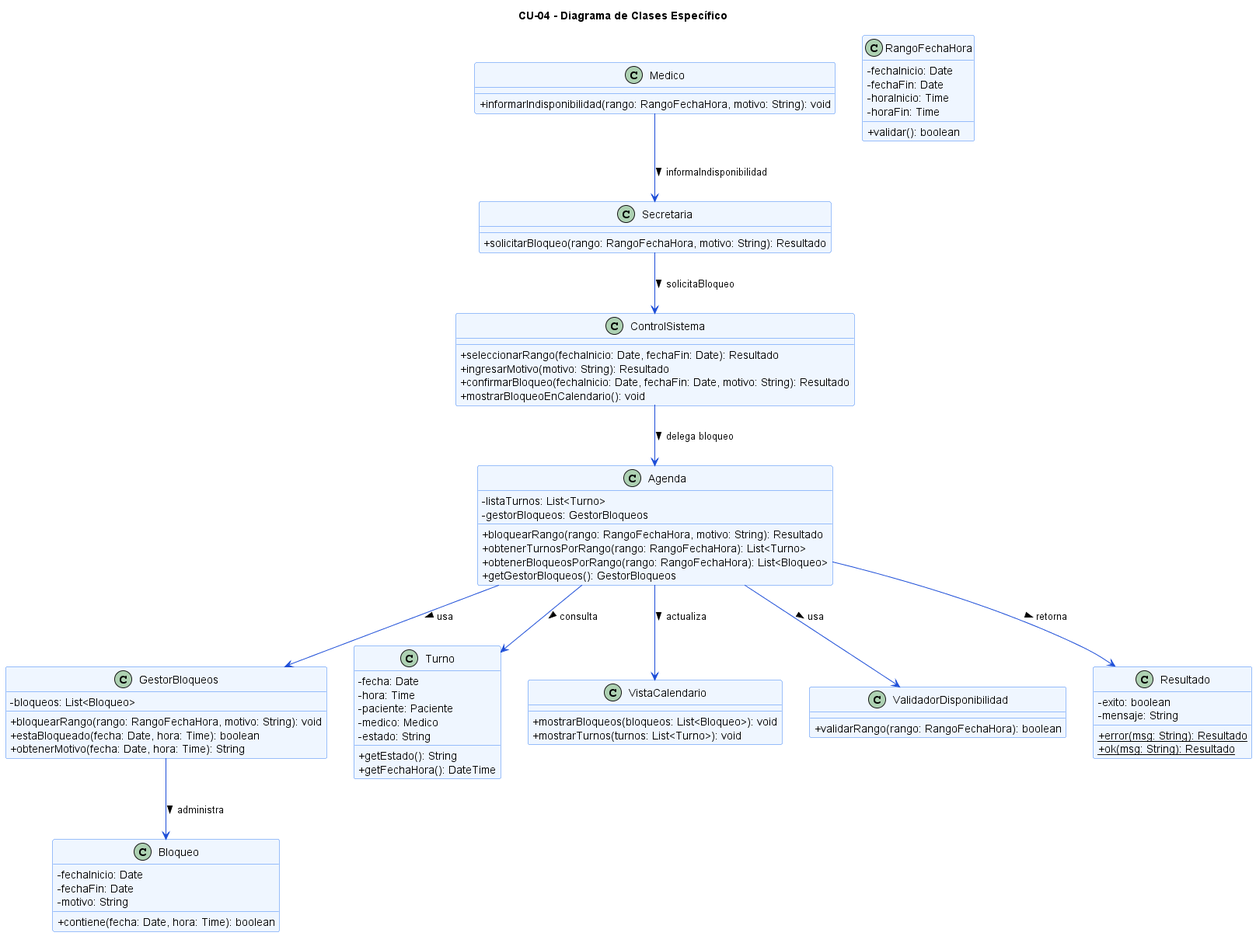
The PlantUML diagram diagramas/01-diagrama-clases/04-clases-bloquear-horarios.png in angelgc9107-lgtm/SistemaTurnosMedicos_GP6, before a commit.
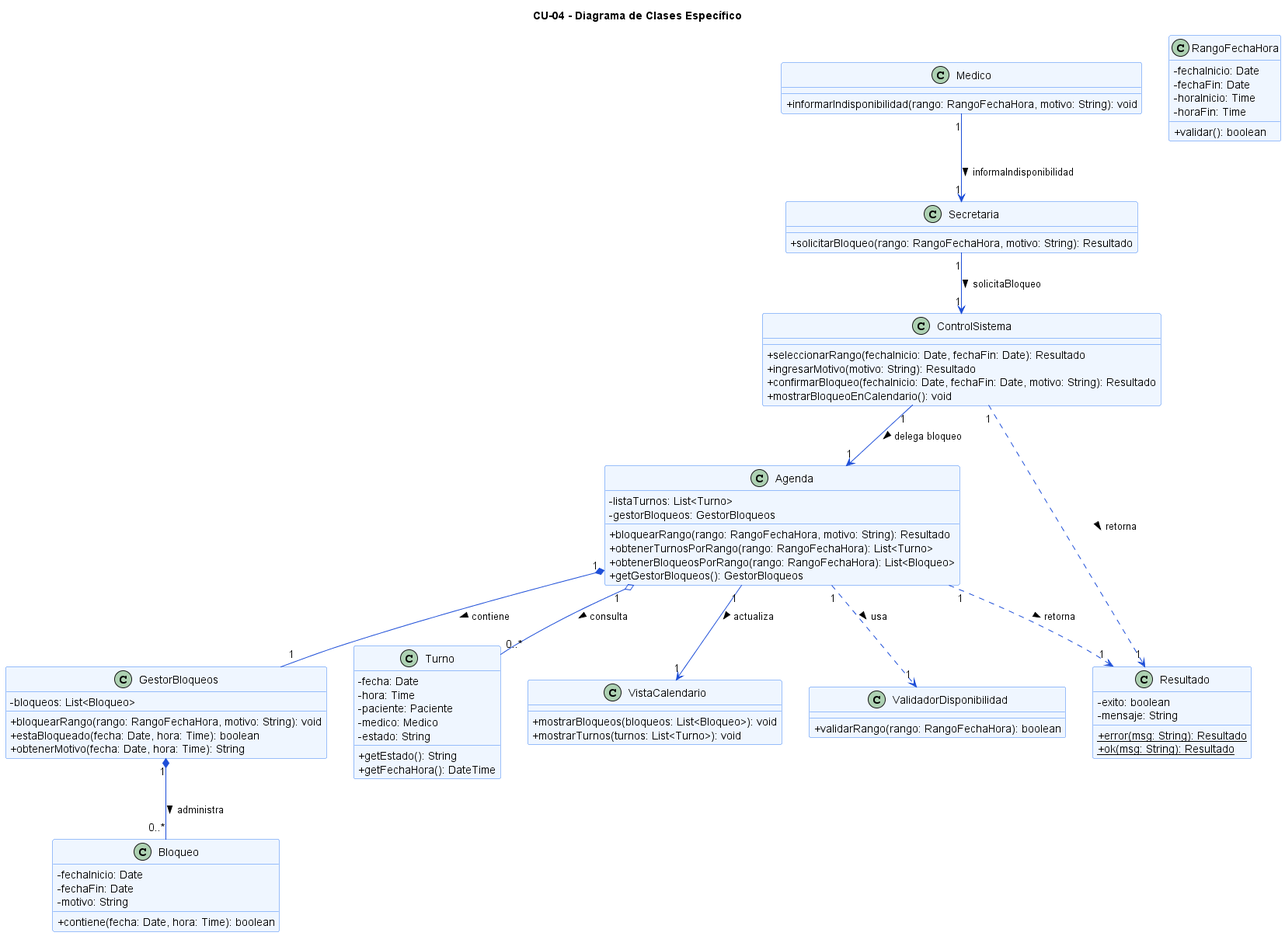
The same file after the commit.

Commit message:
Corrección de diagramas de clases

What changed in the source:
```diff
@@ -69,13 +69,6 @@
     + mostrarBloqueoEnCalendario(): void
 }
 
-Secretaria --> ControlSistema : solicitaBloqueo >
-ControlSistema --> Agenda : delega bloqueo >
-Medico --> Secretaria : informaIndisponibilidad >
-Agenda --> GestorBloqueos : usa >
-Agenda --> Turno : consulta >
-Agenda --> VistaCalendario : actualiza >
-GestorBloqueos --> Bloqueo : administra >
 class ValidadorDisponibilidad {
     + validarRango(rango: RangoFechaHora): boolean
 }
@@ -87,6 +80,19 @@
     + {static} ok(msg: String): Resultado
 }
 
-Agenda --> ValidadorDisponibilidad : usa >
-Agenda --> Resultado : retorna >
+Medico "1" --> "1" Secretaria : informaIndisponibilidad >
+Secretaria "1" --> "1" ControlSistema : solicitaBloqueo >
+ControlSistema "1" --> "1" Agenda : delega bloqueo >
+Agenda "1" --> "1" VistaCalendario : actualiza >
+
+Agenda "1" *-- "1" GestorBloqueos : contiene >
+
+Agenda "1" o-- "0..*" Turno : consulta >
+
+GestorBloqueos "1" *-- "0..*" Bloqueo : administra >
+
+Agenda "1" ..> "1" ValidadorDisponibilidad : usa >
+Agenda "1" ..> "1" Resultado : retorna >
+ControlSistema "1" ..> "1" Resultado : retorna >
+
 @enduml
```
